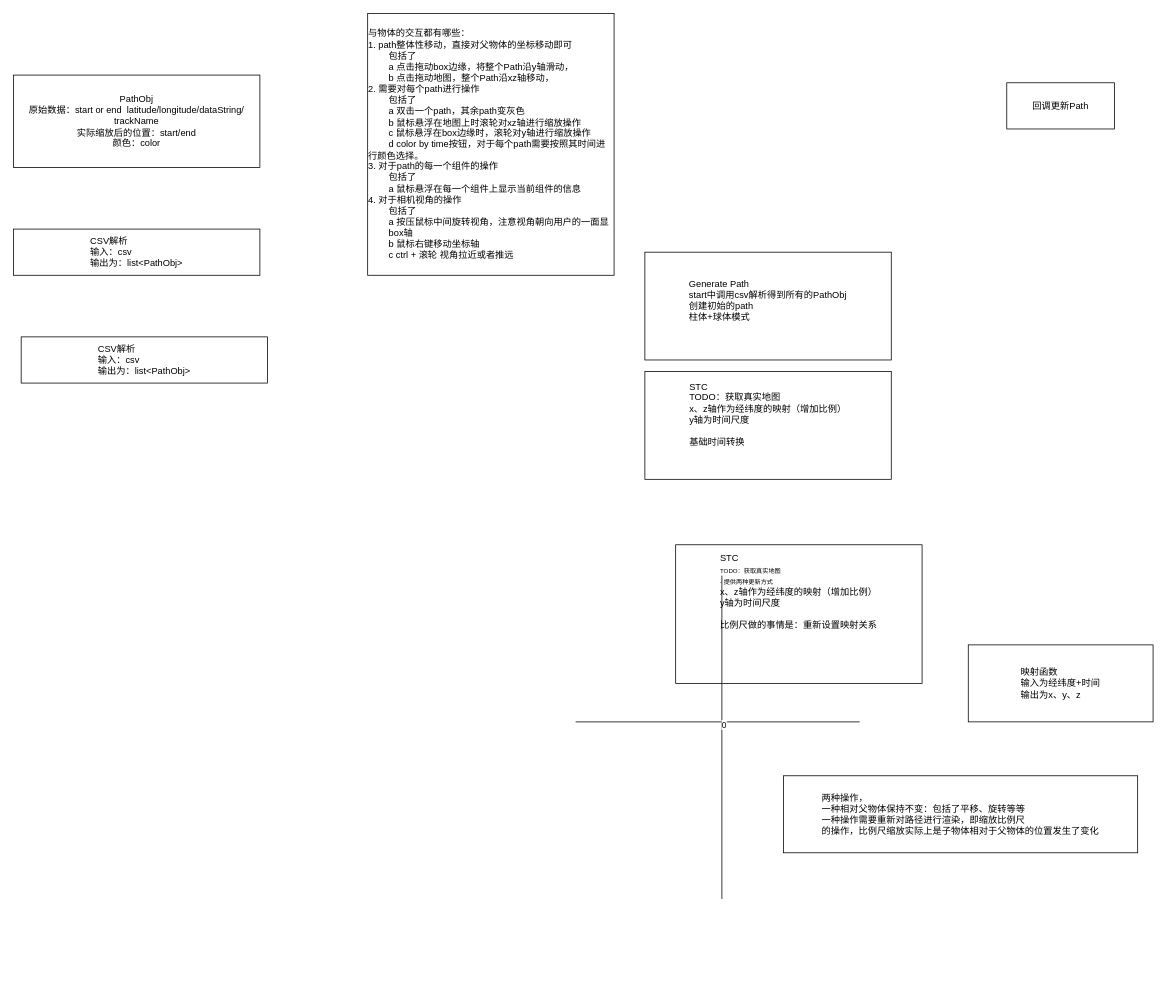
This is STC.drawio from SaberrExcalibur/Draw.io.Save, a draw.io file, before an edit. Source tidied: cells renumbered, new cells numbered last; positions are measured from the earlier drawing's top-left corner, leaving out a move shared by most shapes. Both pictures are drawn from the tidied source at 77%, with x=0, y=0 at pixel (13, 13).
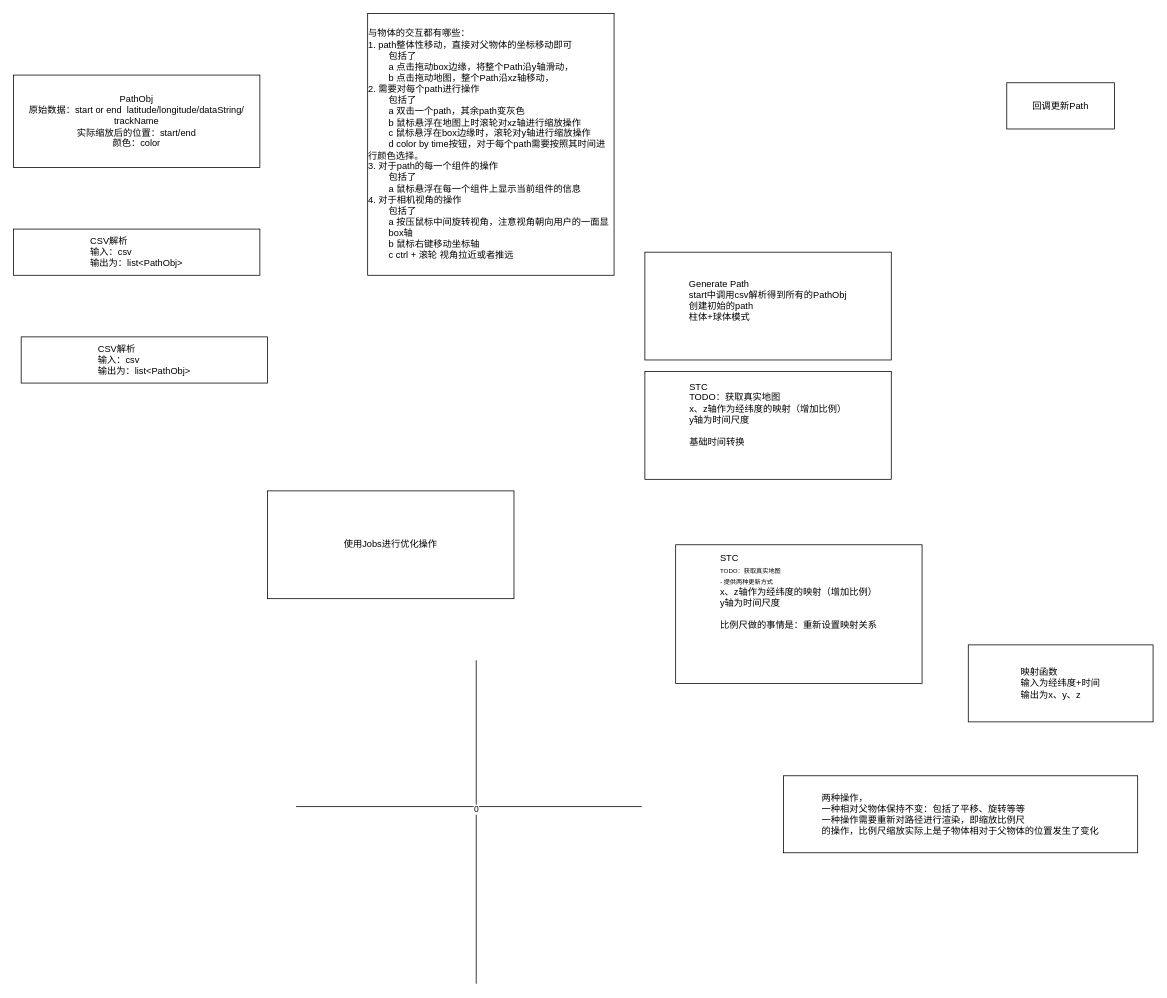
The same page after the edit.

What changed in the source:
```diff
@@
 <mxGraphModel>
   <root>
     <mxCell id="0" />
     <mxCell id="1" parent="0" />
     <mxCell id="2" value="PathObj&lt;br&gt;原始数据：start or end&amp;nbsp; latitude/longitude/dataString/&lt;br&gt;trackName&lt;br&gt;实际缩放后的位置：start/end&lt;br&gt;颜色：color" style="rounded=0;whiteSpace=wrap;html=1;" parent="1" vertex="1">
       <mxGeometry y="80" width="320" height="120" as="geometry" />
     </mxCell>
     <mxCell id="3" value="&lt;div style=&quot;text-align: left;&quot;&gt;&lt;span style=&quot;background-color: initial;&quot;&gt;CSV解析&lt;/span&gt;&lt;/div&gt;&lt;div style=&quot;text-align: left;&quot;&gt;输入：csv&lt;/div&gt;&lt;div style=&quot;text-align: left;&quot;&gt;输出为：list&amp;lt;PathObj&amp;gt;&lt;/div&gt;" style="rounded=0;whiteSpace=wrap;html=1;" parent="1" vertex="1">
       <mxGeometry y="280" width="320" height="60" as="geometry" />
     </mxCell>
     <mxCell id="4" value="&lt;div style=&quot;text-align: left;&quot;&gt;&lt;span style=&quot;background-color: initial;&quot;&gt;Generate Path&lt;/span&gt;&lt;/div&gt;&lt;div style=&quot;text-align: left;&quot;&gt;&lt;span style=&quot;background-color: initial;&quot;&gt;start中调用csv解析得到所有的PathObj&lt;/span&gt;&lt;/div&gt;&lt;div style=&quot;text-align: left;&quot;&gt;创建初始的path&lt;br&gt;柱体+球体模式&lt;/div&gt;&lt;div style=&quot;text-align: left;&quot;&gt;&lt;br&gt;&lt;/div&gt;" style="rounded=0;whiteSpace=wrap;html=1;" parent="1" vertex="1">
       <mxGeometry x="820" y="310" width="320" height="140" as="geometry" />
     </mxCell>
     <mxCell id="5" value="&lt;div style=&quot;text-align: left;&quot;&gt;回调更新Path&lt;/div&gt;" style="rounded=0;whiteSpace=wrap;html=1;" parent="1" vertex="1">
       <mxGeometry x="1290" y="90" width="140" height="60" as="geometry" />
     </mxCell>
     <mxCell id="6" value="&lt;div style=&quot;text-align: left;&quot;&gt;STC&lt;/div&gt;&lt;div style=&quot;text-align: left;&quot;&gt;TODO：获取真实地图&lt;/div&gt;&lt;div style=&quot;text-align: left;&quot;&gt;x、z轴作为经纬度的映射（增加比例）&lt;/div&gt;&lt;div style=&quot;text-align: left;&quot;&gt;y轴为时间尺度&lt;/div&gt;&lt;div style=&quot;text-align: left;&quot;&gt;&lt;br&gt;&lt;/div&gt;&lt;div style=&quot;text-align: left;&quot;&gt;基础时间转换&lt;/div&gt;&lt;div style=&quot;text-align: left;&quot;&gt;&lt;br&gt;&lt;br&gt;&lt;/div&gt;" style="rounded=0;whiteSpace=wrap;html=1;" parent="1" vertex="1">
       <mxGeometry x="820" y="465" width="320" height="140" as="geometry" />
     </mxCell>
     <mxCell id="7" value="&lt;div style=&quot;text-align: left;&quot;&gt;STC&lt;/div&gt;&lt;div style=&quot;text-align: left;&quot;&gt;&lt;font style=&quot;font-size: 8px;&quot;&gt;TODO：获取真实地图&lt;/font&gt;&lt;/div&gt;&lt;div style=&quot;text-align: left;&quot;&gt;&lt;font style=&quot;font-size: 8px;&quot;&gt;- 提供两种更新方式&lt;/font&gt;&lt;/div&gt;&lt;div style=&quot;text-align: left;&quot;&gt;x、z轴作为经纬度的映射（增加比例）&lt;/div&gt;&lt;div style=&quot;text-align: left;&quot;&gt;y轴为时间尺度&lt;/div&gt;&lt;div style=&quot;text-align: left;&quot;&gt;&lt;br&gt;&lt;/div&gt;&lt;div style=&quot;text-align: left;&quot;&gt;比例尺做的事情是：重新设置映射关系&lt;/div&gt;&lt;div style=&quot;text-align: left;&quot;&gt;&lt;br&gt;&lt;/div&gt;&lt;div style=&quot;text-align: left;&quot;&gt;&lt;br&gt;&lt;/div&gt;&lt;div style=&quot;text-align: left;&quot;&gt;&lt;br&gt;&lt;br&gt;&lt;/div&gt;" style="rounded=0;whiteSpace=wrap;html=1;" parent="1" vertex="1">
       <mxGeometry x="860" y="690" width="320" height="180" as="geometry" />
     </mxCell>
     <mxCell id="8" style="endArrow=none;html=1;rounded=0;" parent="1" edge="1">
       <mxGeometry relative="1" as="geometry">
-        <mxPoint x="920" y="1150" as="sourcePoint" />
-        <mxPoint x="920" y="730" as="targetPoint" />
+        <mxPoint x="601" y="1260" as="sourcePoint" />
+        <mxPoint x="601" y="840" as="targetPoint" />
       </mxGeometry>
     </mxCell>
     <mxCell id="9" style="endArrow=none;html=1;rounded=0;" parent="1" edge="1">
       <mxGeometry relative="1" as="geometry">
-        <mxPoint x="730" y="920" as="sourcePoint" />
-        <mxPoint x="1099" y="920" as="targetPoint" />
+        <mxPoint x="367" y="1030" as="sourcePoint" />
+        <mxPoint x="816" y="1030" as="targetPoint" />
       </mxGeometry>
     </mxCell>
     <mxCell id="10" value="0" style="edgeLabel;html=1;align=center;verticalAlign=middle;" parent="9" vertex="1">
       <mxGeometry x="0.04" y="-3" relative="1" as="geometry" />
     </mxCell>
     <mxCell id="11" value="&lt;div style=&quot;text-align: left;&quot;&gt;映射函数&lt;/div&gt;&lt;div style=&quot;text-align: left;&quot;&gt;输入为经纬度+时间&lt;/div&gt;&lt;div style=&quot;text-align: left;&quot;&gt;输出为x、y、z&lt;/div&gt;" style="rounded=0;whiteSpace=wrap;html=1;" parent="1" vertex="1">
       <mxGeometry x="1240" y="820" width="240" height="100" as="geometry" />
     </mxCell>
     <mxCell id="12" value="&lt;div style=&quot;text-align: left;&quot;&gt;两种操作，&lt;/div&gt;&lt;div style=&quot;text-align: left;&quot;&gt;一种相对父物体保持不变：&lt;span style=&quot;background-color: initial;&quot;&gt;包括了平移、旋转等等&lt;/span&gt;&lt;/div&gt;&lt;div style=&quot;text-align: left;&quot;&gt;一种操作需要重新对路径进行渲染，即缩放比例尺&lt;/div&gt;&lt;div style=&quot;text-align: left;&quot;&gt;的操作，比例尺缩放实际上是子物体相对于父物体的位置发生了变化&lt;/div&gt;" style="rounded=0;whiteSpace=wrap;html=1;" parent="1" vertex="1">
       <mxGeometry x="1000" y="990" width="460" height="100" as="geometry" />
     </mxCell>
     <mxCell id="13" value="&lt;div style=&quot;text-align: left;&quot;&gt;&lt;span style=&quot;background-color: initial;&quot;&gt;CSV解析&lt;/span&gt;&lt;/div&gt;&lt;div style=&quot;text-align: left;&quot;&gt;输入：csv&lt;/div&gt;&lt;div style=&quot;text-align: left;&quot;&gt;输出为：list&amp;lt;PathObj&amp;gt;&lt;/div&gt;" style="rounded=0;whiteSpace=wrap;html=1;" parent="1" vertex="1">
       <mxGeometry x="10" y="420" width="320" height="60" as="geometry" />
     </mxCell>
     <mxCell id="14" value="&lt;div style=&quot;text-align: left;&quot;&gt;与物体的交互都有哪些：&lt;/div&gt;&lt;div style=&quot;text-align: left;&quot;&gt;1. path整体性移动，直接对父物体的坐标移动即可&lt;/div&gt;&lt;div style=&quot;text-align: left;&quot;&gt;&lt;span style=&quot;white-space: pre;&quot;&gt;&#9;&lt;/span&gt;包括了&lt;br&gt;&lt;span style=&quot;white-space: pre;&quot;&gt;&#9;&lt;/span&gt;a 点击拖动box边缘，将整个Path沿y轴滑动，&lt;br&gt;&lt;/div&gt;&lt;div style=&quot;text-align: left;&quot;&gt;&lt;span style=&quot;white-space: pre;&quot;&gt;&#9;&lt;/span&gt;b 点击拖动地图，整个Path沿xz轴移动，&lt;br&gt;&lt;/div&gt;&lt;div style=&quot;text-align: left;&quot;&gt;2. 需要对每个path进行操作&lt;/div&gt;&lt;div style=&quot;text-align: left;&quot;&gt;&lt;span style=&quot;white-space: pre;&quot;&gt;&#9;&lt;/span&gt;包括了&lt;br&gt;&lt;/div&gt;&lt;div style=&quot;text-align: left;&quot;&gt;&lt;span style=&quot;white-space: pre;&quot;&gt;&#9;&lt;/span&gt;a 双击一个path，其余path变灰色&lt;br&gt;&lt;/div&gt;&lt;div style=&quot;text-align: left;&quot;&gt;&lt;span style=&quot;white-space: pre;&quot;&gt;&#9;&lt;/span&gt;b 鼠标悬浮在地图上时滚轮对xz轴进行缩放操作&lt;br&gt;&lt;/div&gt;&lt;div style=&quot;text-align: left;&quot;&gt;&lt;span style=&quot;white-space: pre;&quot;&gt;&#9;&lt;/span&gt;c 鼠标悬浮在box边缘时，滚轮对y轴进行缩放操作&lt;br&gt;&lt;/div&gt;&lt;div style=&quot;text-align: left;&quot;&gt;&lt;span style=&quot;white-space: pre;&quot;&gt;&#9;&lt;/span&gt;d color by time按钮，对于每个path需要按照其时间进行颜色选择。&lt;br&gt;&lt;/div&gt;&lt;div style=&quot;text-align: left;&quot;&gt;3. 对于path的每一个组件的操作&lt;/div&gt;&lt;div style=&quot;text-align: left;&quot;&gt;&lt;span style=&quot;white-space: pre;&quot;&gt;&#9;&lt;/span&gt;包括了&lt;br&gt;&lt;/div&gt;&lt;div style=&quot;text-align: left;&quot;&gt;&lt;span style=&quot;white-space: pre;&quot;&gt;&#9;&lt;/span&gt;a 鼠标悬浮在每一个组件上显示当前组件的信息&lt;br&gt;&lt;/div&gt;&lt;div style=&quot;text-align: left;&quot;&gt;4. 对于相机视角的操作&lt;/div&gt;&lt;div style=&quot;text-align: left;&quot;&gt;&lt;span style=&quot;white-space: pre;&quot;&gt;&#9;&lt;/span&gt;包括了&lt;br&gt;&lt;/div&gt;&lt;div style=&quot;text-align: left;&quot;&gt;&lt;span style=&quot;white-space: pre;&quot;&gt;&#9;&lt;/span&gt;a 按压鼠标中间旋转视角，注意视角朝向用户的一面显&lt;br&gt;&lt;/div&gt;&lt;div style=&quot;text-align: left;&quot;&gt;&lt;span style=&quot;white-space: pre;&quot;&gt;&#9;&lt;/span&gt;box轴&lt;br&gt;&lt;/div&gt;&lt;div style=&quot;text-align: left;&quot;&gt;&lt;span style=&quot;white-space: pre;&quot;&gt;&#9;&lt;/span&gt;b 鼠标右键移动坐标轴&lt;br&gt;&lt;/div&gt;&lt;div style=&quot;text-align: left;&quot;&gt;&lt;span style=&quot;white-space: pre;&quot;&gt;&#9;&lt;/span&gt;c ctrl + 滚轮 视角拉近或者推远&lt;br&gt;&lt;/div&gt;" style="rounded=0;whiteSpace=wrap;html=1;" parent="1" vertex="1">
       <mxGeometry x="460" width="320" height="340" as="geometry" />
     </mxCell>
+    <mxCell id="15" value="&lt;div style=&quot;text-align: left;&quot;&gt;使用Jobs进行优化操作&lt;/div&gt;" style="rounded=0;whiteSpace=wrap;html=1;" parent="1" vertex="1">
+      <mxGeometry x="330" y="620" width="320" height="140" as="geometry" />
+    </mxCell>
   </root>
 </mxGraphModel>
```
